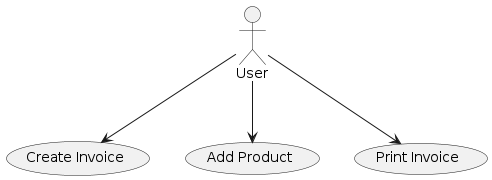
Before: tp/list2/useCaseDiagram.png, a diagram exported from PlantUML (kallazz/AlgorithmicComputerScience). Source of this version:
```plantuml
@startuml

actor User

"Create Invoice" as (Create Invoice)
User --> (Create Invoice)

"Add Product" as (Add Product)
User --> (Add Product)

"Print Invoice" as (Print Invoice)
User --> (Print Invoice)

@enduml
```
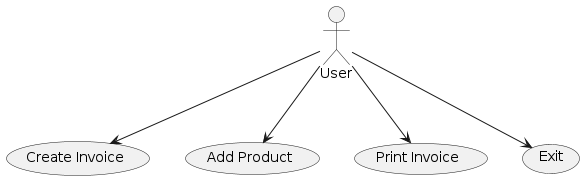
The same file after the commit.

Commit message:
[tp] Updated the use case diagram

What changed in the source:
```diff
@@ -11,4 +11,7 @@
 "Print Invoice" as (Print Invoice)
 User --> (Print Invoice)
 
+"Exit" as (Exit)
+User --> (Exit)
+
 @enduml
```
